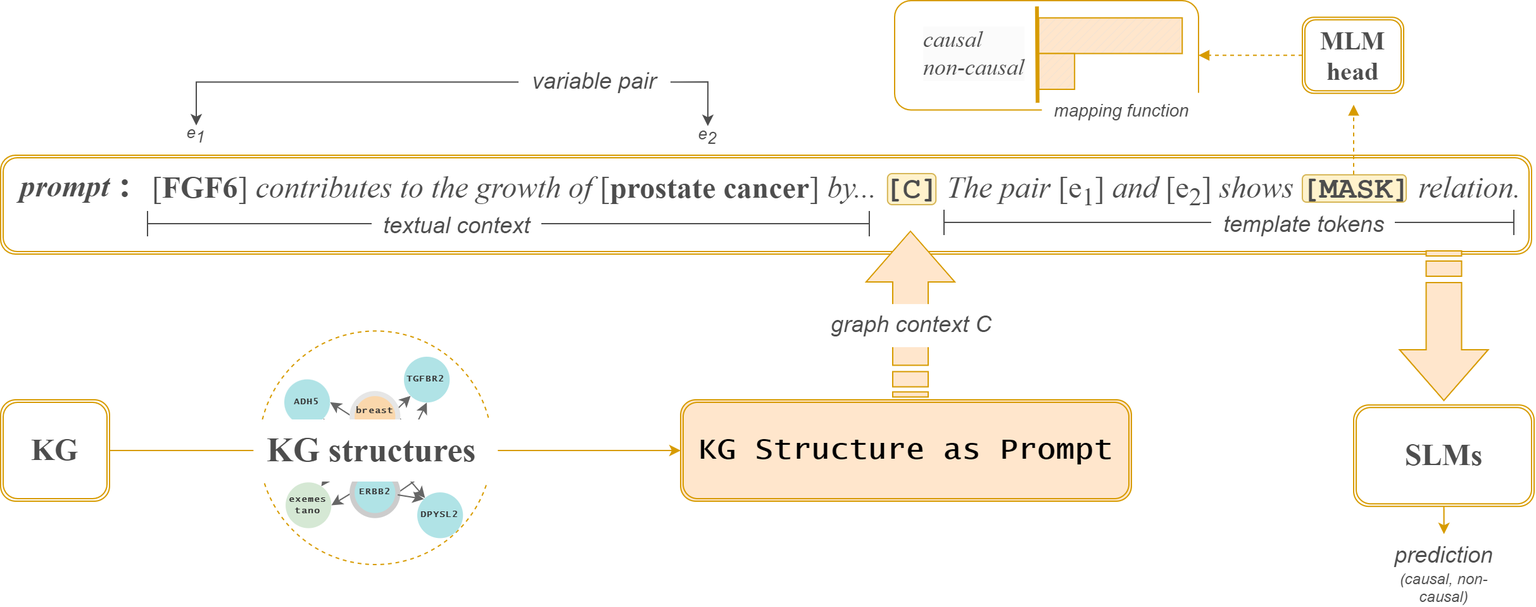
Earlier version of the draw.io export framework.png (littleflow3r/kg-structure-as-prompt). Source tidied: cells renumbered, new cells last; positions are measured from the earlier drawing's top-left corner, leaving out a move shared by most shapes.
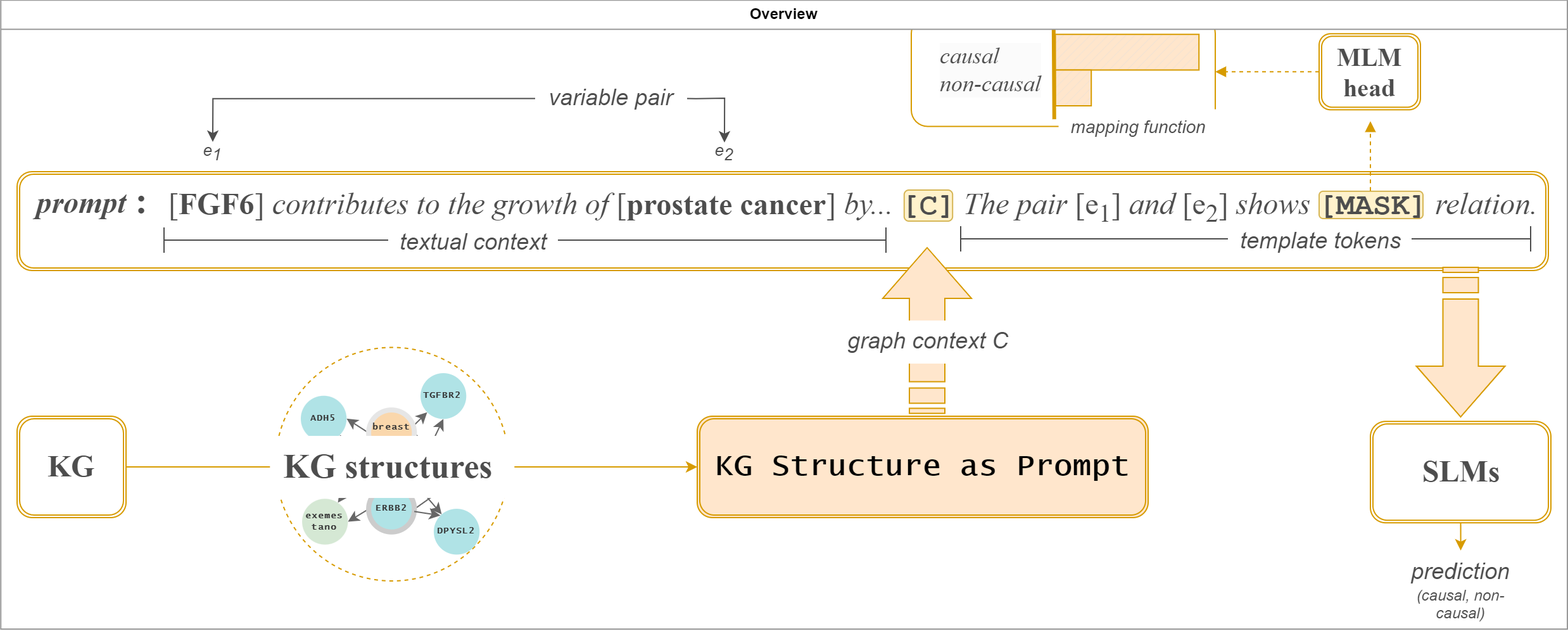
Later version of the same file.

Diff of the diagram source:
```diff
@@ -3,7 +3,7 @@
     <mxCell id="0" />
     <mxCell id="1" parent="0" />
     <mxCell id="2" style="group;" parent="1" vertex="1">
-      <mxGeometry width="1211" height="471" as="geometry" />
+      <mxGeometry width="1224" height="483" as="geometry" />
     </mxCell>
     <mxCell id="3" style="rounded=1;whiteSpace=wrap;html=1;fillColor=#fff2cc;strokeColor=#d6b656;" parent="2" vertex="1">
       <mxGeometry x="1028" y="137.5" width="82" height="21.6" as="geometry" />
@@ -176,5 +176,8 @@
     <mxCell id="54" value="&lt;font size=&quot;1&quot;&gt;&lt;b&gt;&lt;font style=&quot;font-size: 27px;&quot; face=&quot;Times New Roman&quot;&gt;KG structures&amp;nbsp;&lt;/font&gt;&lt;/b&gt;&lt;/font&gt;" style="text;html=1;align=center;verticalAlign=middle;whiteSpace=wrap;rounded=0;fillColor=default;fontColor=#4D4D4D;strokeColor=none;" parent="2" vertex="1">
       <mxGeometry x="199.7" y="330.5" width="193" height="49" as="geometry" />
     </mxCell>
+    <mxCell id="55" value="Overview" style="swimlane;whiteSpace=wrap;html=1;strokeColor=#999999;" parent="2" vertex="1">
+      <mxGeometry x="-12.9" y="-13.4" width="1236.9" height="496.4" as="geometry" />
+    </mxCell>
   </root>
 </mxGraphModel>
```
